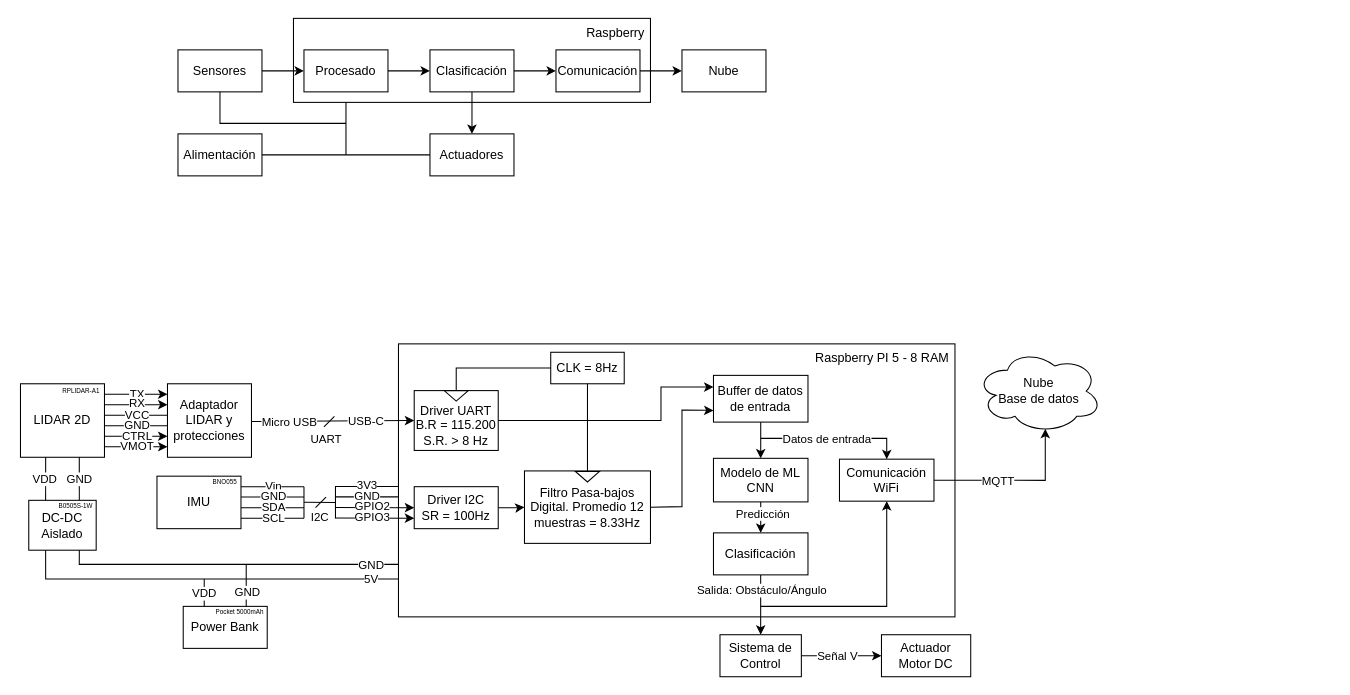
Before: Reuniones/Diagramas_Proyecto_de_Titulo.drawio in NaBo04/Lidar2D-prediction-on-prosthetic-legs, a draw.io diagram. Source tidied: cells renumbered, new cells numbered last; positions are measured from the earlier drawing's top-left corner, leaving out a move shared by most shapes. Both pictures are drawn from the tidied source at 105%, with x=0, y=0 at pixel (18, 18).
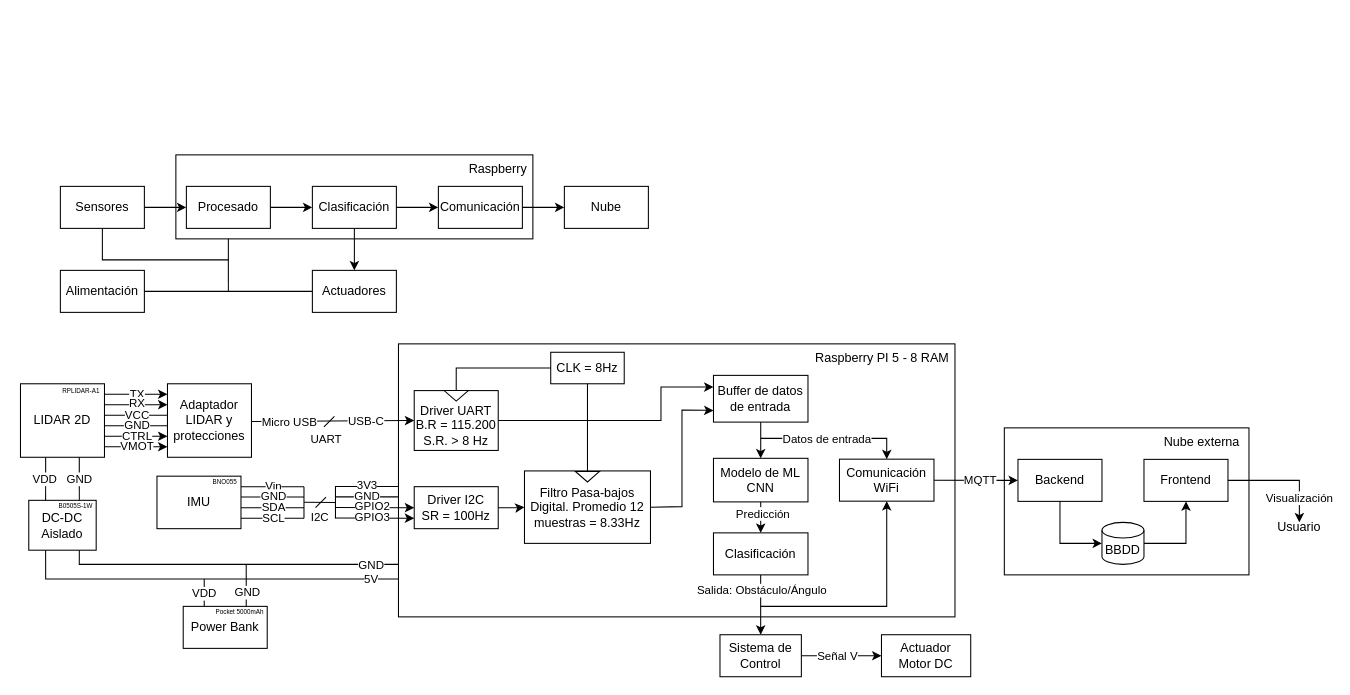
The same page after the edit.

The change refers to these unchanged cells:
```xml
<mxCell id="104" value="Comunicación WiFi" style="rounded=0;whiteSpace=wrap;html=1;" parent="1" vertex="1">
  <mxGeometry x="782" y="419.8" width="90" height="40" as="geometry" />
</mxCell>
```

Change to the diagram source:
```diff
@@
+    <mxCell id="109" value="Nube externa&amp;nbsp;&amp;nbsp;" style="rounded=0;whiteSpace=wrap;html=1;verticalAlign=top;align=right;" parent="1" vertex="1">
+      <mxGeometry x="939" y="390" width="233" height="140" as="geometry" />
+    </mxCell>
@@
     <mxCell id="3" value="Raspberry&amp;nbsp;" style="rounded=0;whiteSpace=wrap;html=1;align=right;verticalAlign=top;" parent="1" vertex="1">
-      <mxGeometry x="262" width="340" height="80" as="geometry" />
+      <mxGeometry x="150" y="130" width="340" height="80" as="geometry" />
     </mxCell>
@@
     <mxCell id="5" value="Sensores" style="rounded=0;whiteSpace=wrap;html=1;" parent="1" vertex="1">
-      <mxGeometry x="152" y="30" width="80" height="40" as="geometry" />
+      <mxGeometry x="40" y="160" width="80" height="40" as="geometry" />
     </mxCell>
@@
     <mxCell id="7" value="Procesado" style="rounded=0;whiteSpace=wrap;html=1;" parent="1" vertex="1">
-      <mxGeometry x="272" y="30" width="80" height="40" as="geometry" />
+      <mxGeometry x="160" y="160" width="80" height="40" as="geometry" />
     </mxCell>
@@
     <mxCell id="10" value="Clasificación" style="rounded=0;whiteSpace=wrap;html=1;" parent="1" vertex="1">
-      <mxGeometry x="392" y="30" width="80" height="40" as="geometry" />
+      <mxGeometry x="280" y="160" width="80" height="40" as="geometry" />
     </mxCell>
     <mxCell id="11" value="Actuadores" style="rounded=0;whiteSpace=wrap;html=1;" parent="1" vertex="1">
-      <mxGeometry x="392" y="110" width="80" height="40" as="geometry" />
+      <mxGeometry x="280" y="240" width="80" height="40" as="geometry" />
     </mxCell>
     <mxCell id="12" value="Alimentación" style="rounded=0;whiteSpace=wrap;html=1;" parent="1" vertex="1">
-      <mxGeometry x="152" y="110" width="80" height="40" as="geometry" />
+      <mxGeometry x="40" y="240" width="80" height="40" as="geometry" />
     </mxCell>
@@
     <mxCell id="14" value="Comunicación" style="rounded=0;whiteSpace=wrap;html=1;" parent="1" vertex="1">
-      <mxGeometry x="512" y="30" width="80" height="40" as="geometry" />
+      <mxGeometry x="400" y="160" width="80" height="40" as="geometry" />
     </mxCell>
     <mxCell id="15" value="Nube" style="rounded=0;whiteSpace=wrap;html=1;" parent="1" vertex="1">
-      <mxGeometry x="632" y="30" width="80" height="40" as="geometry" />
+      <mxGeometry x="520" y="160" width="80" height="40" as="geometry" />
     </mxCell>
@@
     <mxCell id="17" style="endArrow=none;html=1;rounded=0;exitX=0.147;exitY=0.998;exitDx=0;exitDy=0;exitPerimeter=0;" parent="1" edge="1" source="3">
       <mxGeometry relative="1" as="geometry">
-        <mxPoint x="312" y="130" as="targetPoint" />
+        <mxPoint x="200" y="260" as="targetPoint" />
       </mxGeometry>
     </mxCell>
     <mxCell id="18" style="endArrow=none;html=1;rounded=0;exitX=0.5;exitY=1;exitDx=0;exitDy=0;" parent="1" edge="1" source="5">
       <mxGeometry relative="1" as="geometry">
-        <mxPoint x="312" y="100" as="targetPoint" />
+        <mxPoint x="200" y="230" as="targetPoint" />
         <Array as="points">
-          <mxPoint x="192" y="100" />
+          <mxPoint x="80" y="230" />
         </Array>
       </mxGeometry>
     </mxCell>
@@
-    <mxCell id="82" value="Nube&lt;div&gt;Base de datos&lt;/div&gt;" style="ellipse;shape=cloud;whiteSpace=wrap;html=1;" parent="1" vertex="1">
-      <mxGeometry x="912" y="315" width="120" height="80" as="geometry" />
-    </mxCell>
-    <mxCell id="83" style="endArrow=classic;html=1;rounded=0;exitX=1;exitY=0.5;exitDx=0;exitDy=0;entryX=0.55;entryY=0.95;entryDx=0;entryDy=0;entryPerimeter=0;" parent="1" edge="1" source="104" target="82">
-      <mxGeometry relative="1" as="geometry">
-        <Array as="points">
-          <mxPoint x="978" y="440" />
-        </Array>
-      </mxGeometry>
+    <mxCell id="83" style="endArrow=classic;html=1;rounded=0;exitX=1;exitY=0.5;exitDx=0;exitDy=0;entryX=0;entryY=0.5;entryDx=0;entryDy=0;" parent="1" edge="1" source="104" target="110">
+      <mxGeometry relative="1" as="geometry" />
     </mxCell>
     <mxCell id="84" value="MQTT" style="edgeLabel;html=1;align=center;verticalAlign=middle;" parent="83" vertex="1">
       <mxGeometry x="0.7" y="3" relative="1" as="geometry">
-        <mxPoint x="-43" y="26" as="offset" />
+        <mxPoint x="-25" y="3" as="offset" />
       </mxGeometry>
     </mxCell>
@@
+    <mxCell id="110" value="Backend" style="rounded=0;whiteSpace=wrap;html=1;" parent="1" vertex="1">
+      <mxGeometry x="952" y="420" width="80" height="40" as="geometry" />
+    </mxCell>
+    <mxCell id="111" value="Frontend" style="rounded=0;whiteSpace=wrap;html=1;" parent="1" vertex="1">
+      <mxGeometry x="1072" y="420" width="80" height="40" as="geometry" />
+    </mxCell>
+    <mxCell id="112" value="BBDD" style="shape=cylinder3;whiteSpace=wrap;html=1;boundedLbl=1;backgroundOutline=1;size=7.476190476190368;" parent="1" vertex="1">
+      <mxGeometry x="1032" y="480" width="40" height="40" as="geometry" />
+    </mxCell>
+    <mxCell id="113" style="endArrow=classic;html=1;rounded=0;exitX=0.5;exitY=1;exitDx=0;exitDy=0;entryX=0;entryY=0.5;entryDx=0;entryDy=0;entryPerimeter=0;" parent="1" edge="1" source="110" target="112">
+      <mxGeometry relative="1" as="geometry">
+        <Array as="points">
+          <mxPoint x="992" y="500" />
+        </Array>
+      </mxGeometry>
+    </mxCell>
+    <mxCell id="114" style="endArrow=classic;html=1;rounded=0;exitX=1;exitY=0.5;exitDx=0;exitDy=0;exitPerimeter=0;entryX=0.5;entryY=1;entryDx=0;entryDy=0;" parent="1" edge="1" source="112" target="111">
+      <mxGeometry relative="1" as="geometry">
+        <Array as="points">
+          <mxPoint x="1112" y="500" />
+        </Array>
+      </mxGeometry>
+    </mxCell>
+    <mxCell id="115" style="endArrow=classic;html=1;rounded=0;exitX=1;exitY=0.5;exitDx=0;exitDy=0;" parent="1" edge="1" source="111">
+      <mxGeometry relative="1" as="geometry">
+        <mxPoint x="1220" y="480" as="targetPoint" />
+        <Array as="points">
+          <mxPoint x="1220" y="440" />
+        </Array>
+      </mxGeometry>
+    </mxCell>
+    <mxCell id="116" value="Visualización" style="edgeLabel;html=1;align=center;verticalAlign=middle;" parent="115" vertex="1">
+      <mxGeometry x="0.02" y="1" relative="1" as="geometry">
+        <mxPoint x="12" y="17" as="offset" />
+      </mxGeometry>
+    </mxCell>
+    <mxCell id="117" value="Usuario" style="text;html=1;whiteSpace=wrap;strokeColor=none;fillColor=none;align=center;verticalAlign=middle;rounded=0;" parent="1" vertex="1">
+      <mxGeometry x="1190" y="470" width="60" height="30" as="geometry" />
+    </mxCell>
```
